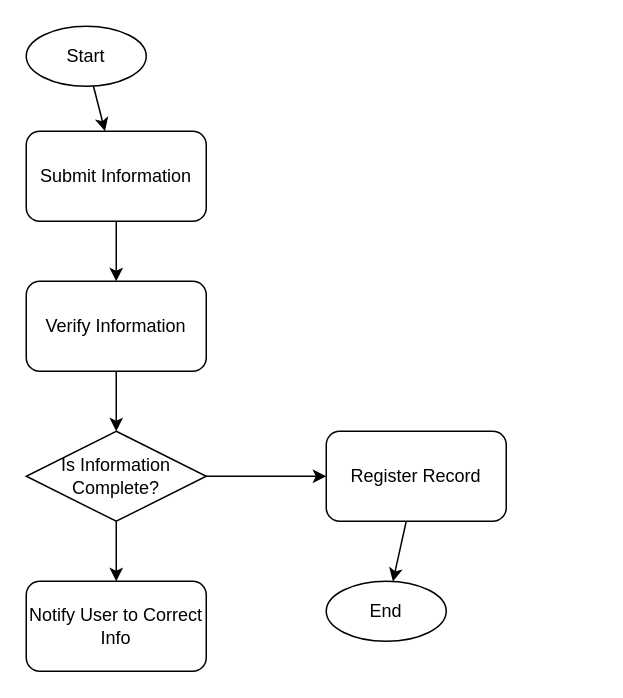
brabentil/database_diagrams keeps this draw.io diagram as DBRegistryFlowchart.drawio. Above is the earlier version. Source tidied: cells renumbered, new cells numbered last; positions are measured from the earlier drawing's top-left corner, leaving out a move shared by most shapes. Both pictures are drawn from the tidied source at 150%, with x=0, y=0 at pixel (26, 26).
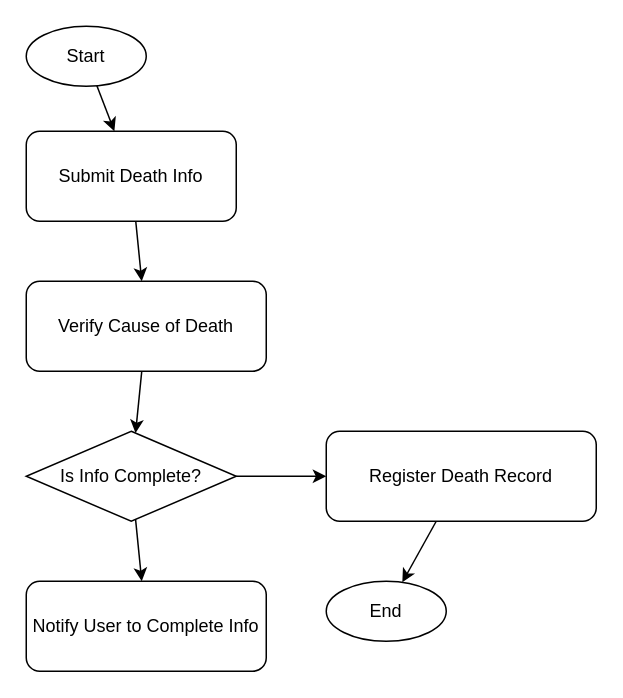
The same diagram, later.

The edit, as a diff of the source:
```diff
@@
 <mxGraphModel>
   <root>
     <mxCell id="0" />
     <mxCell id="1" parent="0" />
     <mxCell id="2" value="Start" style="ellipse;whiteSpace=wrap;html=1;" parent="1" vertex="1">
       <mxGeometry width="80" height="40" as="geometry" />
     </mxCell>
-    <mxCell id="3" value="Submit Information" style="rounded=1;whiteSpace=wrap;html=1;" parent="1" vertex="1">
-      <mxGeometry y="70" width="120" height="60" as="geometry" />
+    <mxCell id="3" value="Submit Death Info" style="rounded=1;whiteSpace=wrap;html=1;" parent="1" vertex="1">
+      <mxGeometry y="70" width="140" height="60" as="geometry" />
     </mxCell>
-    <mxCell id="4" value="Verify Information" style="rounded=1;whiteSpace=wrap;html=1;" parent="1" vertex="1">
-      <mxGeometry y="170" width="120" height="60" as="geometry" />
+    <mxCell id="4" value="Verify Cause of Death" style="rounded=1;whiteSpace=wrap;html=1;" parent="1" vertex="1">
+      <mxGeometry y="170" width="160" height="60" as="geometry" />
     </mxCell>
-    <mxCell id="5" value="Is Information Complete?" style="rhombus;whiteSpace=wrap;html=1;" parent="1" vertex="1">
-      <mxGeometry y="270" width="120" height="60" as="geometry" />
+    <mxCell id="5" value="Is Info Complete?" style="rhombus;whiteSpace=wrap;html=1;" parent="1" vertex="1">
+      <mxGeometry y="270" width="140" height="60" as="geometry" />
     </mxCell>
-    <mxCell id="6" value="Register Record" style="rounded=1;whiteSpace=wrap;html=1;" parent="1" vertex="1">
-      <mxGeometry x="200" y="270" width="120" height="60" as="geometry" />
+    <mxCell id="6" value="Register Death Record" style="rounded=1;whiteSpace=wrap;html=1;" parent="1" vertex="1">
+      <mxGeometry x="200" y="270" width="180" height="60" as="geometry" />
     </mxCell>
-    <mxCell id="7" value="Notify User to Correct Info" style="rounded=1;whiteSpace=wrap;html=1;" parent="1" vertex="1">
-      <mxGeometry y="370" width="120" height="60" as="geometry" />
+    <mxCell id="7" value="Notify User to Complete Info" style="rounded=1;whiteSpace=wrap;html=1;" parent="1" vertex="1">
+      <mxGeometry y="370" width="160" height="60" as="geometry" />
     </mxCell>
     <mxCell id="8" value="End" style="ellipse;whiteSpace=wrap;html=1;" parent="1" vertex="1">
       <mxGeometry x="200" y="370" width="80" height="40" as="geometry" />
     </mxCell>
     <mxCell id="9" parent="1" edge="1" source="2" target="3">
       <mxGeometry relative="1" as="geometry" />
     </mxCell>
     <mxCell id="10" parent="1" edge="1" source="3" target="4">
       <mxGeometry relative="1" as="geometry" />
     </mxCell>
     <mxCell id="11" parent="1" edge="1" source="4" target="5">
       <mxGeometry relative="1" as="geometry" />
     </mxCell>
     <mxCell id="12" parent="1" edge="1" source="5" target="6">
       <mxGeometry relative="1" as="geometry" />
     </mxCell>
     <mxCell id="13" parent="1" edge="1" source="5" target="7">
       <mxGeometry relative="1" as="geometry" />
     </mxCell>
     <mxCell id="14" parent="1" edge="1" source="6" target="8">
       <mxGeometry relative="1" as="geometry" />
     </mxCell>
   </root>
 </mxGraphModel>
```
